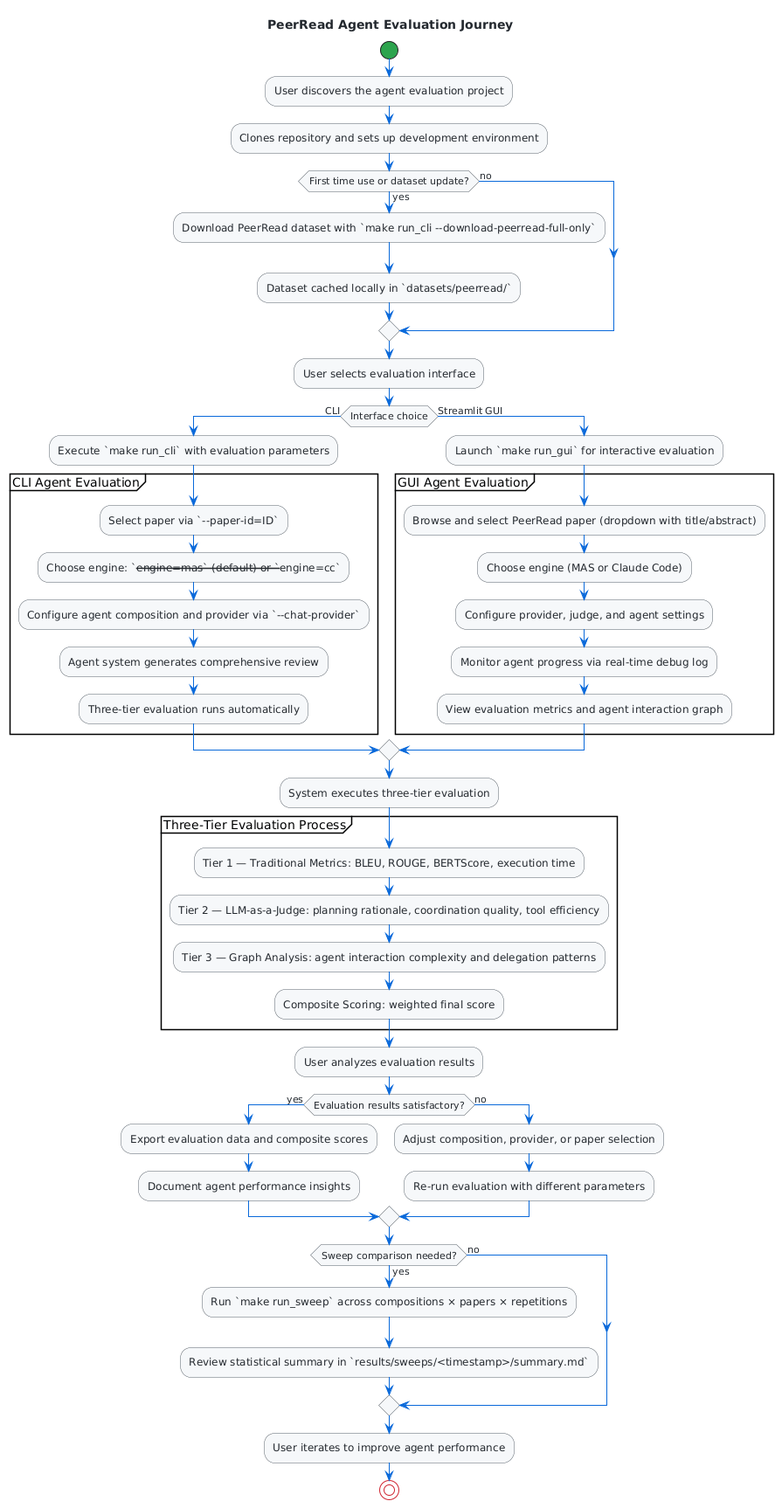
This is assets/images/customer-journey-activity-light.png from qte77/Agents-eval, a PlantUML export, as it was before one commit.
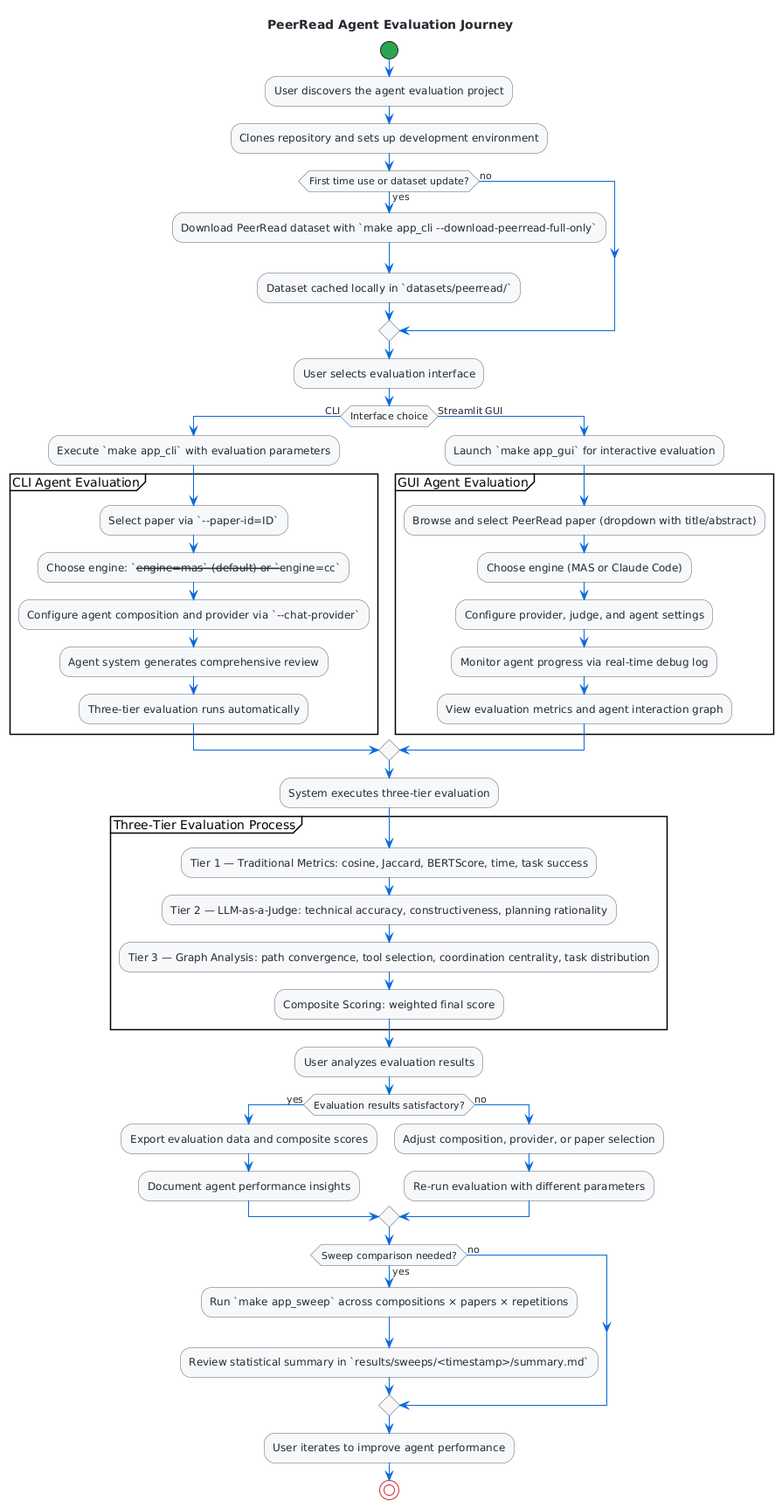
After the change.

Change to the diagram source:
```diff
@@ -12,7 +12,7 @@
 :Clones repository and sets up development environment;
 
 if (First time use or dataset update?) then (yes)
-  :Download PeerRead dataset with `make run_cli --download-peerread-full-only`;
+  :Download PeerRead dataset with `make app_cli --download-peerread-full-only`;
   :Dataset cached locally in `datasets/peerread/`;
 else (no)
 endif
@@ -20,7 +20,7 @@
 :User selects evaluation interface;
 
 if (Interface choice) then (CLI)
-  :Execute `make run_cli` with evaluation parameters;
+  :Execute `make app_cli` with evaluation parameters;
   partition "CLI Agent Evaluation" {
     :Select paper via `--paper-id=ID`;
     :Choose engine: `--engine=mas` (default) or `--engine=cc`;
@@ -29,7 +29,7 @@
     :Three-tier evaluation runs automatically;
   }
 else (Streamlit GUI)
-  :Launch `make run_gui` for interactive evaluation;
+  :Launch `make app_gui` for interactive evaluation;
   partition "GUI Agent Evaluation" {
     :Browse and select PeerRead paper (dropdown with title/abstract);
     :Choose engine (MAS or Claude Code);
@@ -42,9 +42,9 @@
 :System executes three-tier evaluation;
 
 partition "Three-Tier Evaluation Process" {
-  :Tier 1 — Traditional Metrics: BLEU, ROUGE, BERTScore, execution time;
-  :Tier 2 — LLM-as-a-Judge: planning rationale, coordination quality, tool efficiency;
-  :Tier 3 — Graph Analysis: agent interaction complexity and delegation patterns;
+  :Tier 1 — Traditional Metrics: cosine, Jaccard, BERTScore, time, task success;
+  :Tier 2 — LLM-as-a-Judge: technical accuracy, constructiveness, planning rationality;
+  :Tier 3 — Graph Analysis: path convergence, tool selection, coordination centrality, task distribution;
   :Composite Scoring: weighted final score;
 }
 
@@ -59,7 +59,7 @@
 endif
 
 if (Sweep comparison needed?) then (yes)
-  :Run `make run_sweep` across compositions × papers × repetitions;
+  :Run `make app_sweep` across compositions × papers × repetitions;
   :Review statistical summary in `results/sweeps/<timestamp>/summary.md`;
 else (no)
 endif
```
